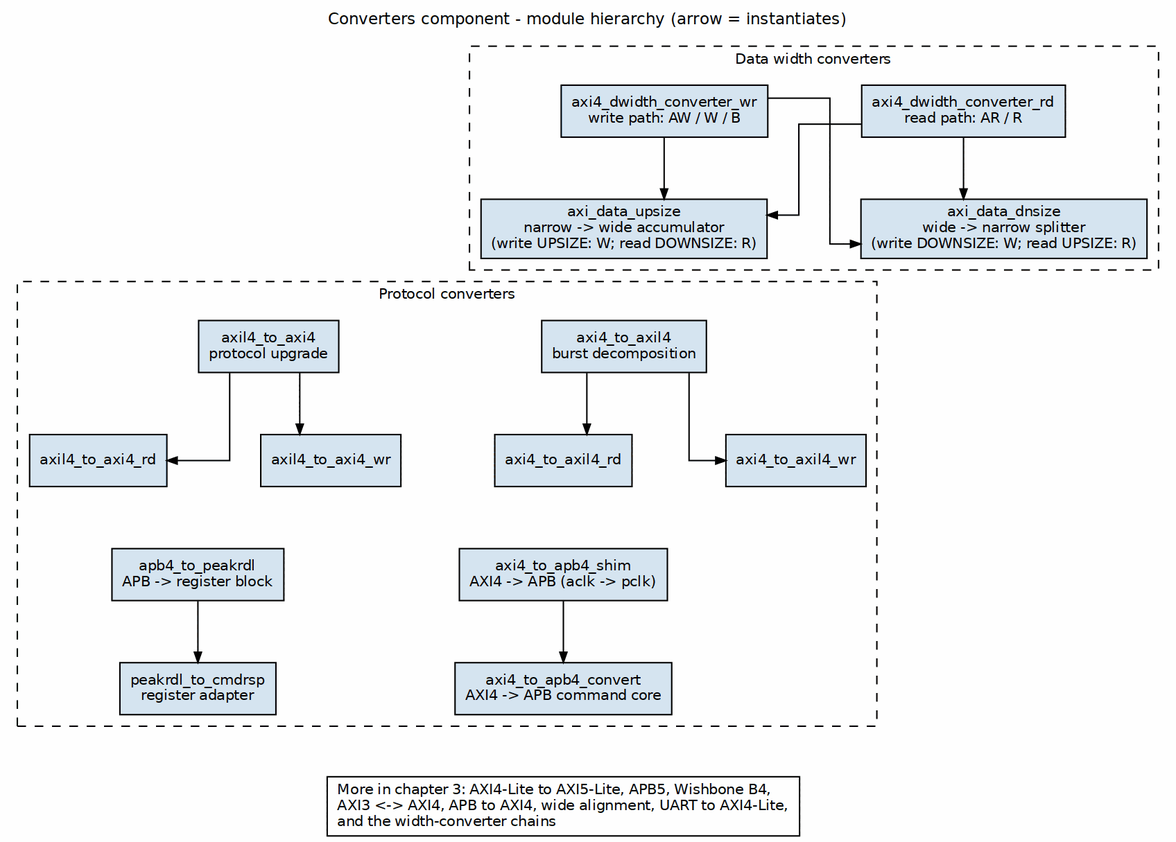
Above: projects/components/utility-ip/converters/docs/converter_mas/assets/graphviz/converter_hierarchy.png in sean-galloway/RTLDesignSherpa (Graphviz), before the change. Its source is kept beside it as projects/components/utility-ip/converters/docs/converter_mas/assets/graphviz/converter_hierarchy.dot.
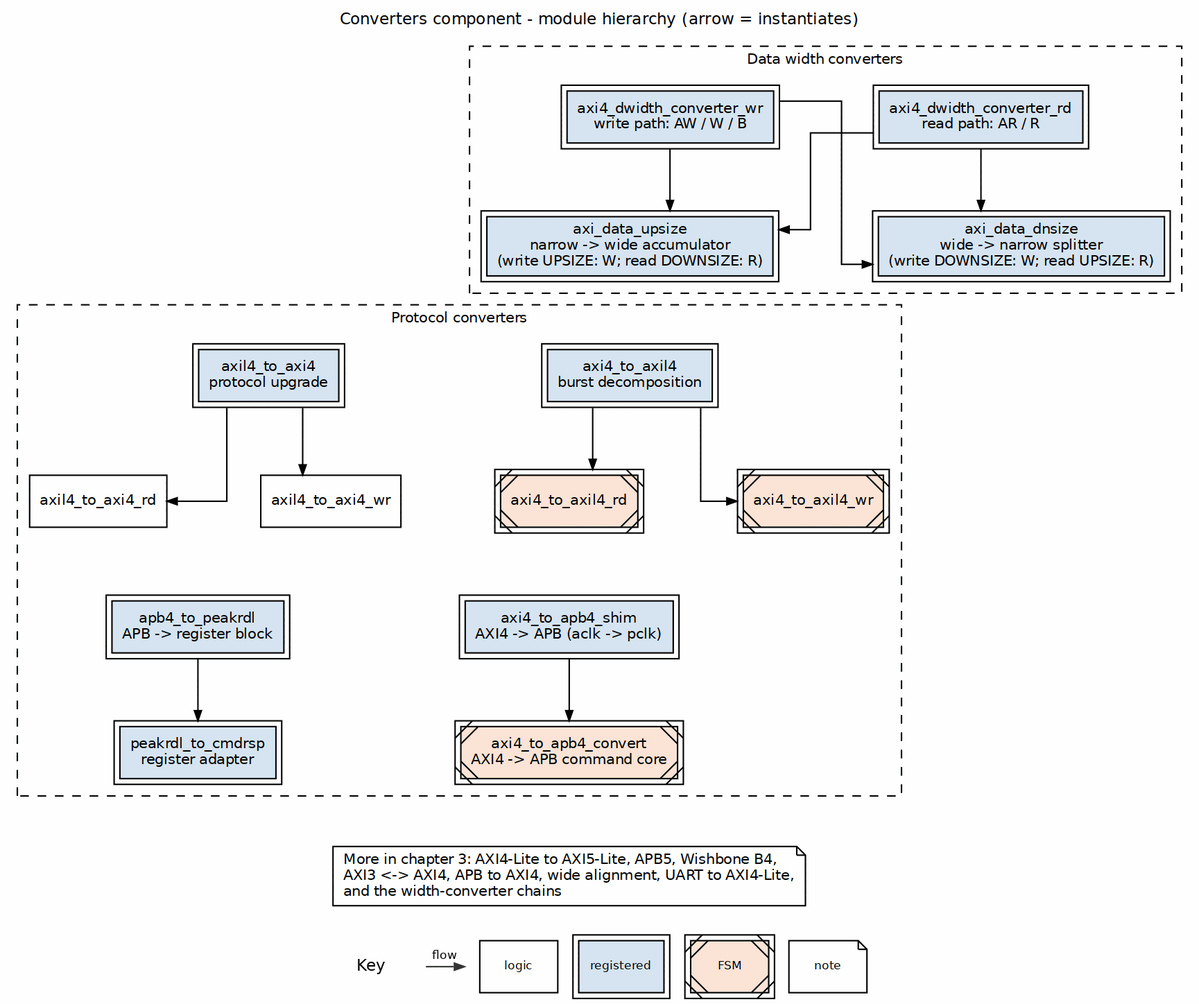
The same diagram one commit later.

What changed in the source:
```diff
@@ -3,31 +3,31 @@
            nodesep="0.90", ranksep="0.60", splines=ortho, newrank=true,
            labelloc=t, labeljust=c];
     node  [fontname="Helvetica", fontsize=10, shape=box, style=filled,
-           fillcolor="#D6E4F0", color="black", margin="0.10,0.05"];
+           fillcolor="white", color="black", margin="0.10,0.05"];
     edge  [fontname="Helvetica", fontsize=9, color="black", arrowsize=0.7];
     label="Converters component - module hierarchy (arrow = instantiates)";
 
     subgraph cluster_w {
         label="Data width converters"; style=dashed; fontsize=10;
-        wr  [label="axi4_dwidth_converter_wr\nwrite path: AW / W / B"];
-        rd  [label="axi4_dwidth_converter_rd\nread path: AR / R"];
-        up  [label="axi_data_upsize\nnarrow -> wide accumulator\n(write UPSIZE: W; read DOWNSIZE: R)"];
-        dn  [label="axi_data_dnsize\nwide -> narrow splitter\n(write DOWNSIZE: W; read UPSIZE: R)"];
+        wr  [label="axi4_dwidth_converter_wr\nwrite path: AW / W / B", peripheries=2, style="filled", fillcolor="#D6E4F0"];
+        rd  [label="axi4_dwidth_converter_rd\nread path: AR / R", peripheries=2, style="filled", fillcolor="#D6E4F0"];
+        up  [label="axi_data_upsize\nnarrow -> wide accumulator\n(write UPSIZE: W; read DOWNSIZE: R)", peripheries=2, style="filled", fillcolor="#D6E4F0"];
+        dn  [label="axi_data_dnsize\nwide -> narrow splitter\n(write DOWNSIZE: W; read UPSIZE: R)", peripheries=2, style="filled", fillcolor="#D6E4F0"];
     }
     subgraph cluster_p {
         label="Protocol converters"; style=dashed; fontsize=10;
-        a2l  [label="axi4_to_axil4\nburst decomposition"];
-        a2lr [label="axi4_to_axil4_rd"];
-        a2lw [label="axi4_to_axil4_wr"];
-        l2a  [label="axil4_to_axi4\nprotocol upgrade"];
-        l2ar [label="axil4_to_axi4_rd"];
-        l2aw [label="axil4_to_axi4_wr"];
-        shim [label="axi4_to_apb4_shim\nAXI4 -> APB (aclk -> pclk)"];
-        conv [label="axi4_to_apb4_convert\nAXI4 -> APB command core"];
-        a2p  [label="apb4_to_peakrdl\nAPB -> register block"];
-        prdl [label="peakrdl_to_cmdrsp\nregister adapter"];
+        a2l  [label="axi4_to_axil4\nburst decomposition", peripheries=2, style="filled", fillcolor="#D6E4F0"];
+        a2lr [label="axi4_to_axil4_rd", peripheries=2, style="filled,diagonals", fillcolor="#FCE4D6"];
+        a2lw [label="axi4_to_axil4_wr", peripheries=2, style="filled,diagonals", fillcolor="#FCE4D6"];
+        l2a  [label="axil4_to_axi4\nprotocol upgrade", peripheries=2, style="filled", fillcolor="#D6E4F0"];
+        l2ar [label="axil4_to_axi4_rd", style="filled", fillcolor="white"];
+        l2aw [label="axil4_to_axi4_wr", style="filled", fillcolor="white"];
+        shim [label="axi4_to_apb4_shim\nAXI4 -> APB (aclk -> pclk)", peripheries=2, style="filled", fillcolor="#D6E4F0"];
+        conv [label="axi4_to_apb4_convert\nAXI4 -> APB command core", peripheries=2, style="filled,diagonals", fillcolor="#FCE4D6"];
+        a2p  [label="apb4_to_peakrdl\nAPB -> register block", peripheries=2, style="filled", fillcolor="#D6E4F0"];
+        prdl [label="peakrdl_to_cmdrsp\nregister adapter", peripheries=2, style="filled", fillcolor="#D6E4F0"];
     }
-    more [label="More in chapter 3: AXI4-Lite to AXI5-Lite, APB5, Wishbone B4,\lAXI3 <-> AXI4, APB to AXI4, wide alignment, UART to AXI4-Lite,\land the width-converter chains\l", fillcolor="white"];
+    more [label="More in chapter 3: AXI4-Lite to AXI5-Lite, APB5, Wishbone B4,\lAXI3 <-> AXI4, APB to AXI4, wide alignment, UART to AXI4-Lite,\land the width-converter chains\l", fillcolor="white", shape=note];
 
     wr -> up; wr -> dn;
     rd -> up; rd -> dn;
```
